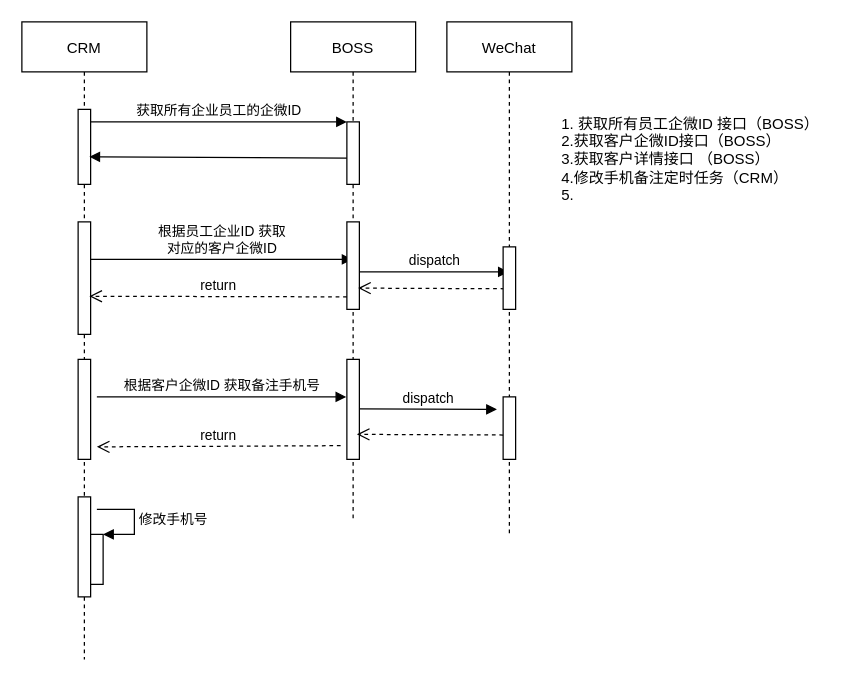
The draw.io diagram merchant-settle/boss.drawio in DominicElvira/Diagrams, before the edit. Source tidied: cells renumbered, new cells numbered last; positions are measured from the earlier drawing's top-left corner, leaving out a move shared by most shapes. Both pictures are drawn from the tidied source at 125%, with x=0, y=0 at pixel (21, 21).
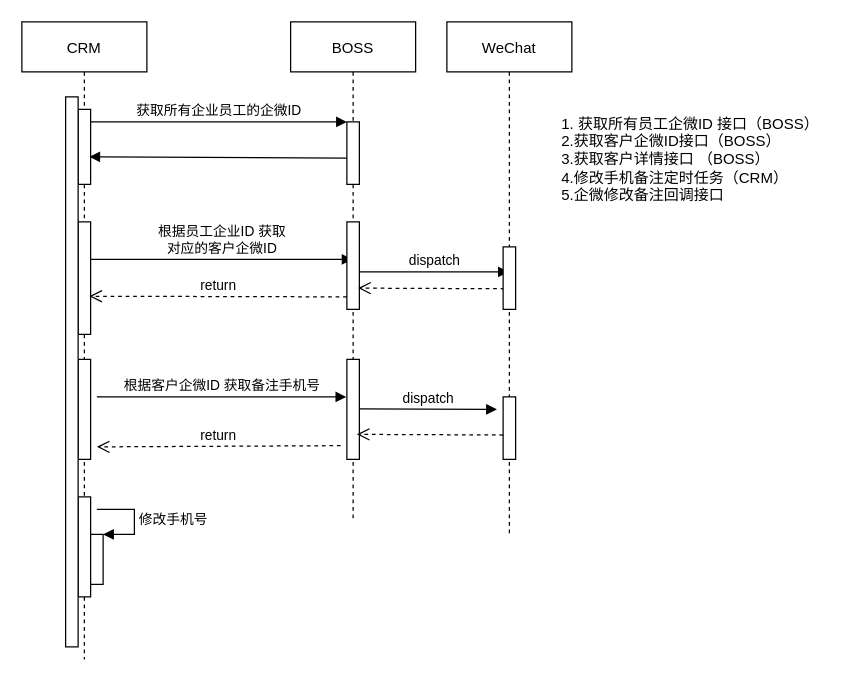
The same page after the edit.

Unchanged cells that the change refers to:
```xml
<mxCell id="2" value="CRM" style="shape=umlLifeline;perimeter=lifelinePerimeter;rounded=0;shadow=0;strokeWidth=1;" parent="1" vertex="1">
  <mxGeometry width="100" height="510" as="geometry" />
</mxCell>
```

Change to the diagram source:
```diff
@@
+    <mxCell id="27" style="html=1;perimeter=orthogonalPerimeter;" parent="2" vertex="1">
+      <mxGeometry x="35" y="60" width="10" height="440" as="geometry" />
+    </mxCell>
@@
-    <mxCell id="26" value="1. 获取所有员工企微ID 接口（BOSS）&lt;br&gt;2.获取客户企微ID接口（BOSS）&lt;br&gt;&lt;div&gt;&lt;span&gt;3.获取客户详情接口 （BOSS）&lt;/span&gt;&lt;/div&gt;&lt;div&gt;&lt;span&gt;4.修改手机备注定时任务（CRM）&lt;br&gt;5.&lt;/span&gt;&lt;/div&gt;" style="text;html=1;align=left;verticalAlign=middle;strokeColor=none;fillColor=none;" parent="1" vertex="1">
+    <mxCell id="26" value="1. 获取所有员工企微ID 接口（BOSS）&lt;br&gt;2.获取客户企微ID接口（BOSS）&lt;br&gt;&lt;div&gt;&lt;span&gt;3.获取客户详情接口 （BOSS）&lt;/span&gt;&lt;/div&gt;&lt;div&gt;&lt;span&gt;4.修改手机备注定时任务（CRM）&lt;br&gt;5.企微修改备注回调接口&lt;/span&gt;&lt;/div&gt;" style="text;html=1;align=left;verticalAlign=middle;strokeColor=none;fillColor=none;" parent="1" vertex="1">
       <mxGeometry x="430" y="70" width="220" height="80" as="geometry" />
     </mxCell>
```
